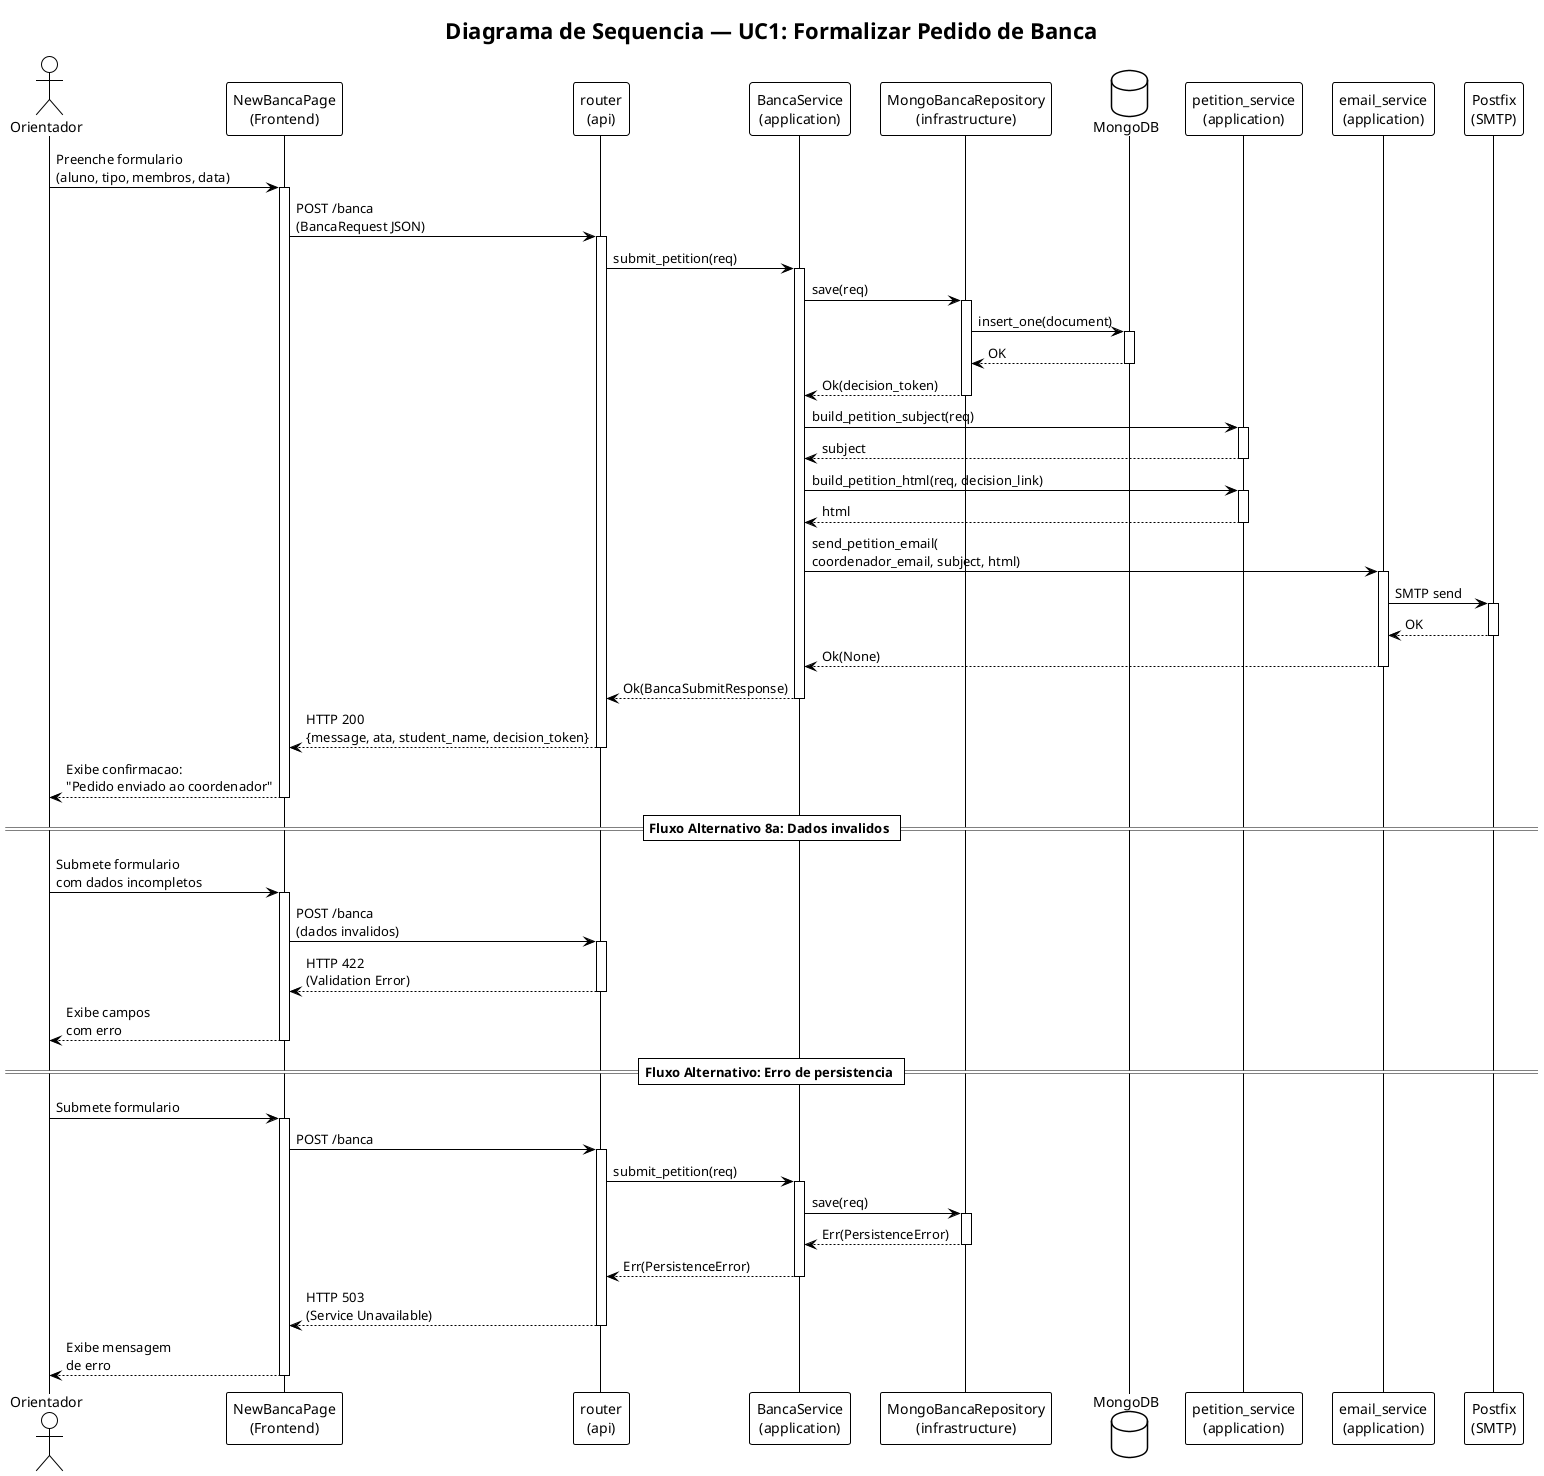
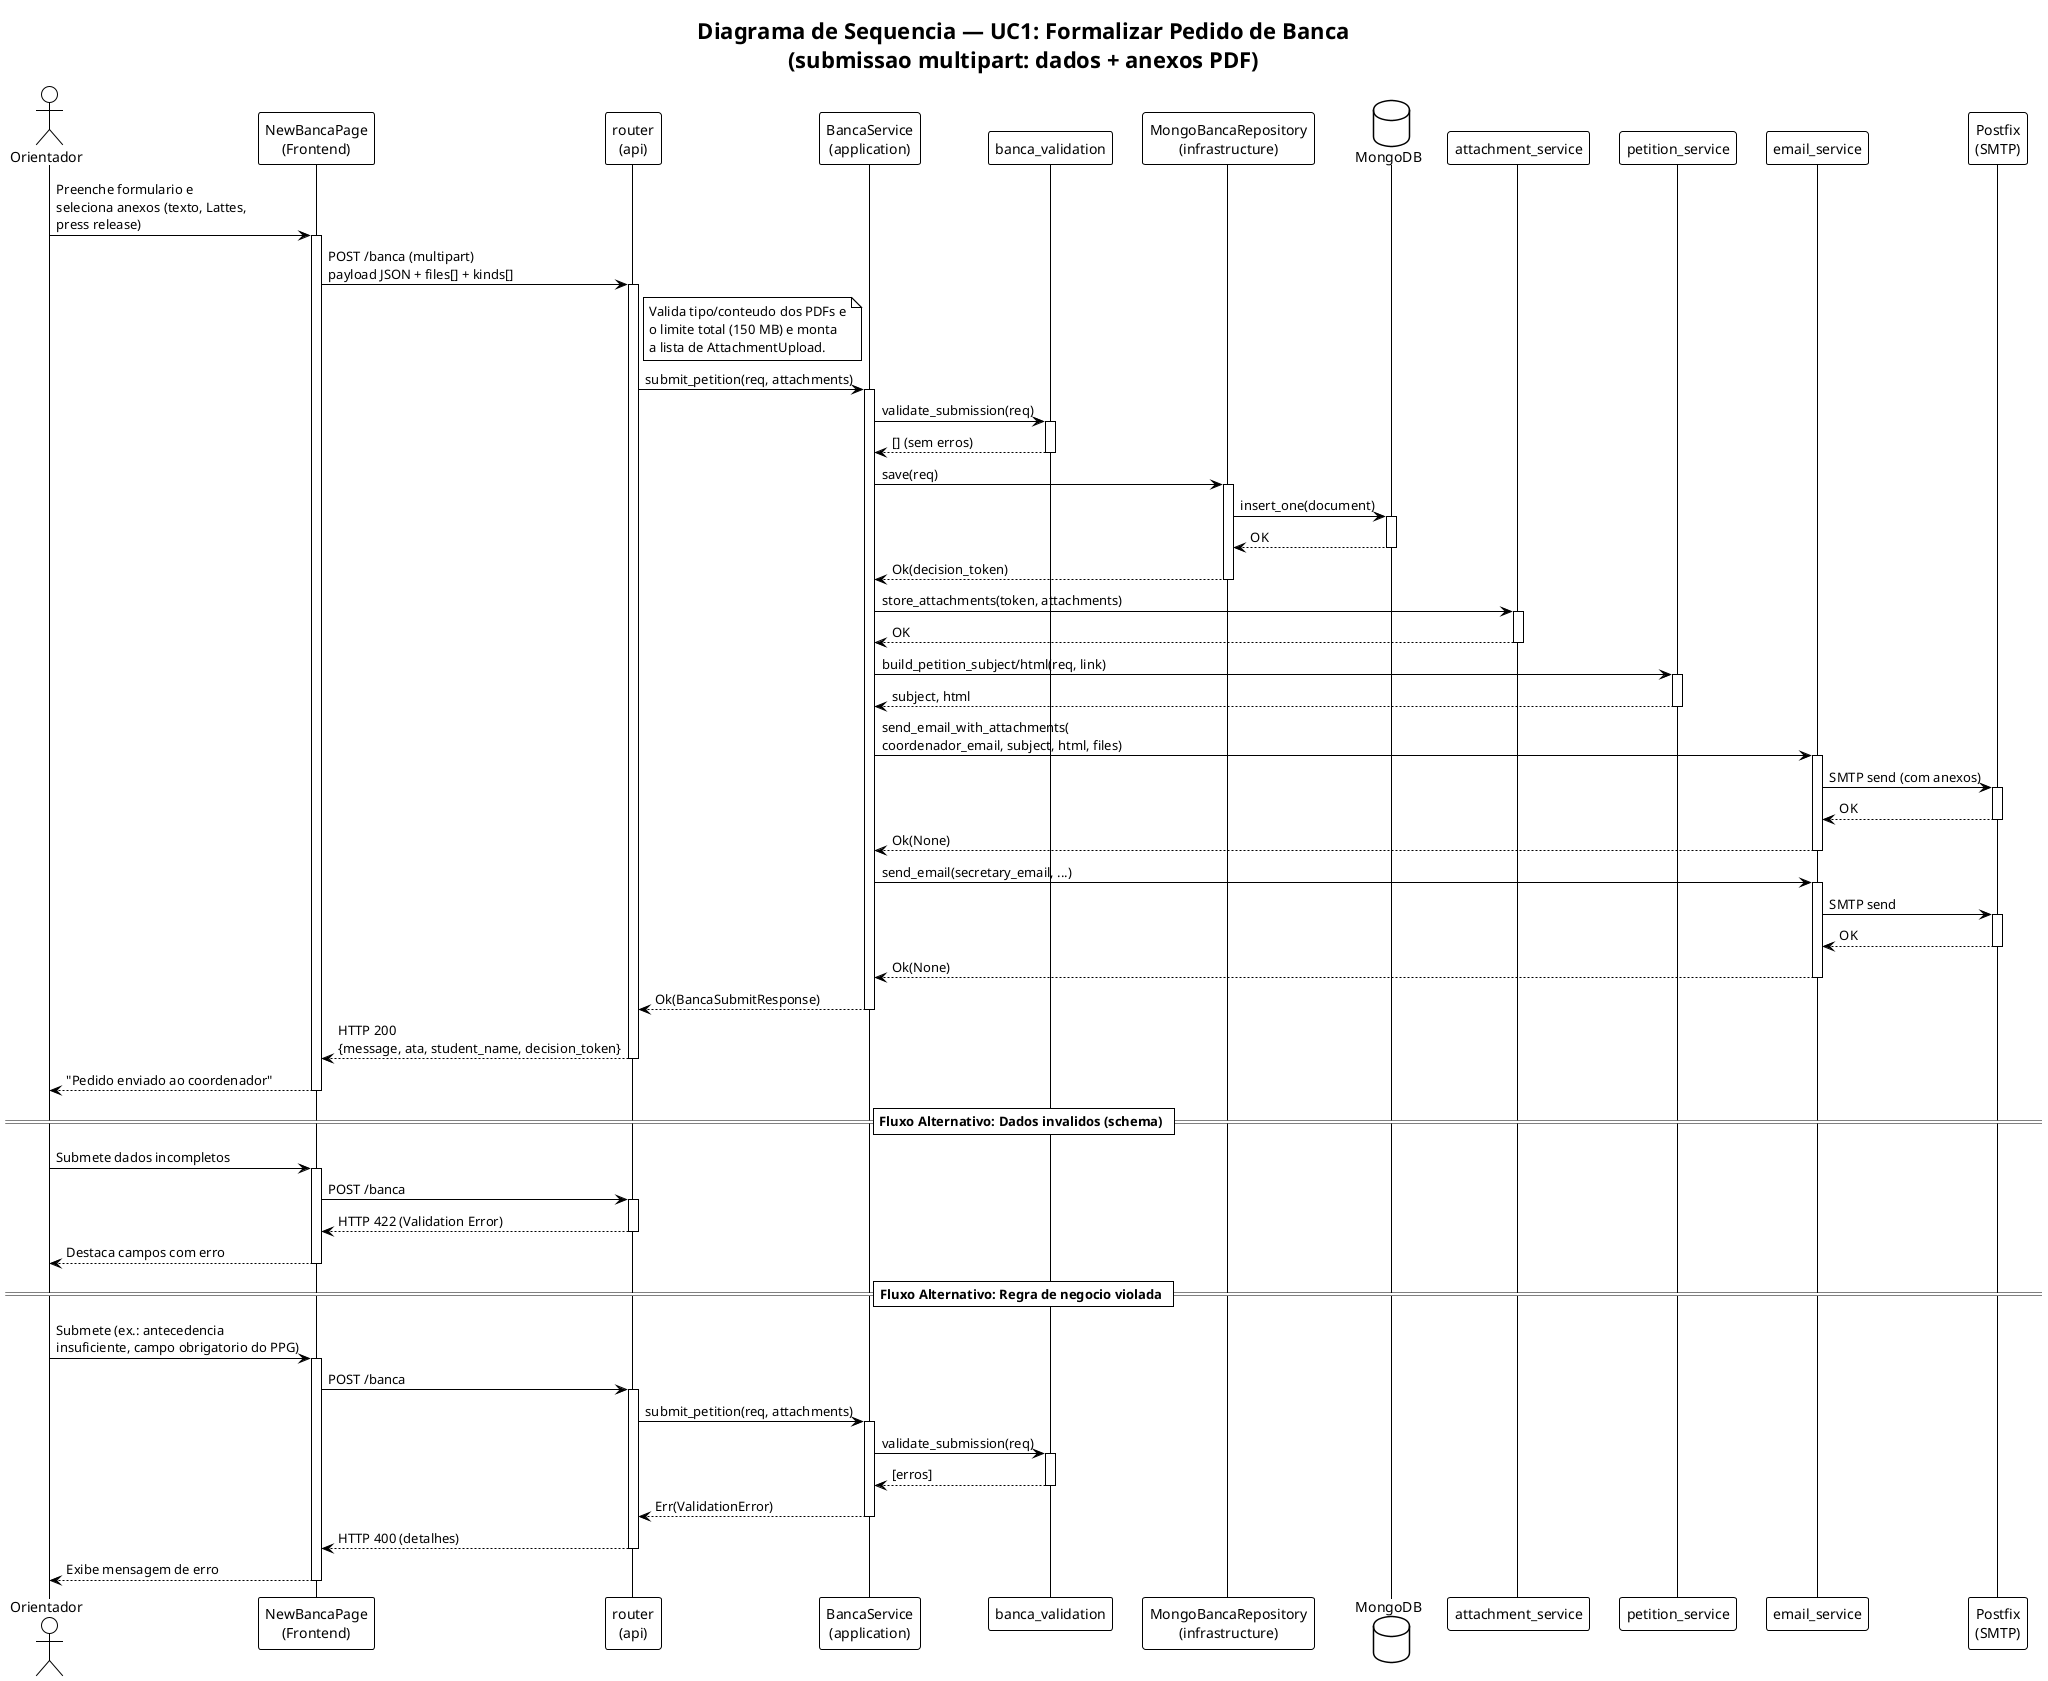
@startuml sequence-uc1-submit
!theme plain
skinparam shadowing false

- title Diagrama de Sequencia — UC1: Formalizar Pedido de Banca
+ title Diagrama de Sequencia — UC1: Formalizar Pedido de Banca\n(submissao multipart: dados + anexos PDF)

actor "Orientador" as orientador
participant "NewBancaPage\n(Frontend)" as frontend
participant "router\n(api)" as router
participant "BancaService\n(application)" as service
+ participant "banca_validation" as valid
participant "MongoBancaRepository\n(infrastructure)" as repo
database "MongoDB" as db
- participant "petition_service\n(application)" as petition
- participant "email_service\n(application)" as email
+ participant "attachment_service" as att
+ participant "petition_service" as petition
+ participant "email_service" as email
participant "Postfix\n(SMTP)" as smtp

' ============================================================
' FLUXO PRINCIPAL
' ============================================================

- orientador -> frontend : Preenche formulario\n(aluno, tipo, membros, data)
+ orientador -> frontend : Preenche formulario e\nseleciona anexos (texto, Lattes,\npress release)
activate frontend

- frontend -> router : POST /banca\n(BancaRequest JSON)
+ frontend -> router : POST /banca (multipart)\npayload JSON + files[] + kinds[]
activate router

- router -> service : submit_petition(req)
+ note right of router
+     Valida tipo/conteudo dos PDFs e
+     o limite total (150 MB) e monta
+     a lista de AttachmentUpload.
+ end note
+ 
+ router -> service : submit_petition(req, attachments)
activate service

- ' --- Persistencia ---
+ ' --- Validacao de negocio por PPG ---
+ service -> valid : validate_submission(req)
+ activate valid
+ valid --> service : [] (sem erros)
+ deactivate valid
+ 
+ ' --- Persistencia (ata atribuida por PPG/tipo) ---
service -> repo : save(req)
activate repo
repo -> db : insert_one(document)
activate db
db --> repo : OK
deactivate db
repo --> service : Ok(decision_token)
deactivate repo

- ' --- Construcao do email ---
- service -> petition : build_petition_subject(req)
+ ' --- Armazena os anexos (sistema de registro) ---
+ service -> att : store_attachments(token, attachments)
+ activate att
+ att --> service : OK
+ deactivate att
+ 
+ ' --- E-mail ao coordenador (com anexos) ---
+ service -> petition : build_petition_subject/html(req, link)
activate petition
- petition --> service : subject
+ petition --> service : subject, html
deactivate petition

- service -> petition : build_petition_html(req, decision_link)
- activate petition
- petition --> service : html
- deactivate petition
+ service -> email : send_email_with_attachments(\ncoordenador_email, subject, html, files)
+ activate email
+ email -> smtp : SMTP send (com anexos)
+ activate smtp
+ smtp --> email : OK
+ deactivate smtp
+ email --> service : Ok(None)
+ deactivate email

- ' --- Envio do email ---
- service -> email : send_petition_email(\ncoordenador_email, subject, html)
+ ' --- Notificacao a secretaria (sem anexos) ---
+ service -> email : send_email(secretary_email, ...)
activate email
email -> smtp : SMTP send
activate smtp
smtp --> email : OK
deactivate smtp
email --> service : Ok(None)
deactivate email

' --- Retorno ---
service --> router : Ok(BancaSubmitResponse)
deactivate service

router --> frontend : HTTP 200\n{message, ata, student_name, decision_token}
deactivate router

- frontend --> orientador : Exibe confirmacao:\n"Pedido enviado ao coordenador"
+ frontend --> orientador : "Pedido enviado ao coordenador"
deactivate frontend

' ============================================================
- ' FLUXO ALTERNATIVO: Dados invalidos
+ ' FLUXO ALTERNATIVO: Validacao de schema (Pydantic)
' ============================================================
- == Fluxo Alternativo 8a: Dados invalidos ==
+ == Fluxo Alternativo: Dados invalidos (schema) ==

- orientador -> frontend : Submete formulario\ncom dados incompletos
+ orientador -> frontend : Submete dados incompletos
activate frontend
- frontend -> router : POST /banca\n(dados invalidos)
+ frontend -> router : POST /banca
activate router
- router --> frontend : HTTP 422\n(Validation Error)
+ router --> frontend : HTTP 422 (Validation Error)
deactivate router
- frontend --> orientador : Exibe campos\ncom erro
+ frontend --> orientador : Destaca campos com erro
deactivate frontend

' ============================================================
- ' FLUXO ALTERNATIVO: Erro de persistencia
+ ' FLUXO ALTERNATIVO: Regras de negocio por PPG
' ============================================================
- == Fluxo Alternativo: Erro de persistencia ==
+ == Fluxo Alternativo: Regra de negocio violada ==

- orientador -> frontend : Submete formulario
+ orientador -> frontend : Submete (ex.: antecedencia\ninsuficiente, campo obrigatorio do PPG)
activate frontend
frontend -> router : POST /banca
activate router
- router -> service : submit_petition(req)
+ router -> service : submit_petition(req, attachments)
activate service
- service -> repo : save(req)
- activate repo
- repo --> service : Err(PersistenceError)
- deactivate repo
- service --> router : Err(PersistenceError)
+ service -> valid : validate_submission(req)
+ activate valid
+ valid --> service : [erros]
+ deactivate valid
+ service --> router : Err(ValidationError)
deactivate service
- router --> frontend : HTTP 503\n(Service Unavailable)
+ router --> frontend : HTTP 400 (detalhes)
deactivate router
- frontend --> orientador : Exibe mensagem\nde erro
+ frontend --> orientador : Exibe mensagem de erro
deactivate frontend

@enduml
